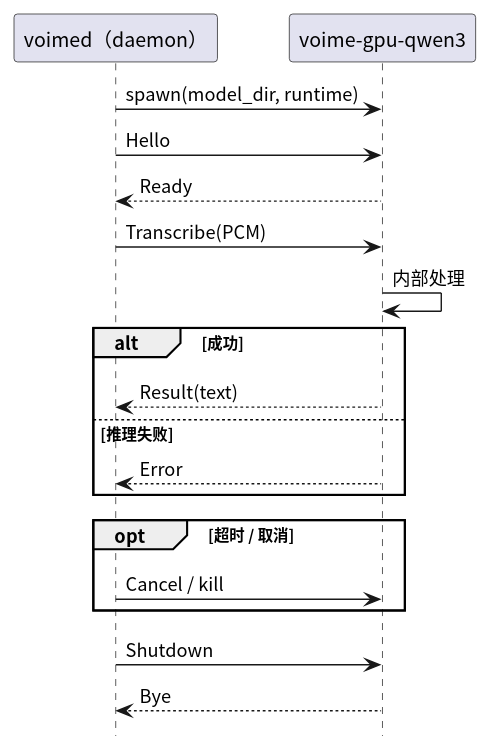
Before: crates/voime-gpu-qwen3/diagram/daemon-worker.svg, a diagram exported from PlantUML (54m43lJ/voime). Source of this version:
```plantuml
@startuml
skinparam defaultFontName "Noto Sans CJK SC"
skinparam shadowing false
hide footbox

participant "voimed（daemon）" as Daemon
participant "voime-gpu-qwen3" as Worker

Daemon -> Worker : spawn(model_dir, runtime)
Daemon -> Worker : Hello
Worker --> Daemon : Ready

Daemon -> Worker : Transcribe(PCM)
Worker -> Worker : 内部处理

alt 成功
  Worker --> Daemon : Result(text)
else 推理失败
  Worker --> Daemon : Error
end

opt 超时 / 取消
  Daemon -> Worker : Cancel / kill
end

Daemon -> Worker : Shutdown
Worker --> Daemon : Bye
@enduml
```
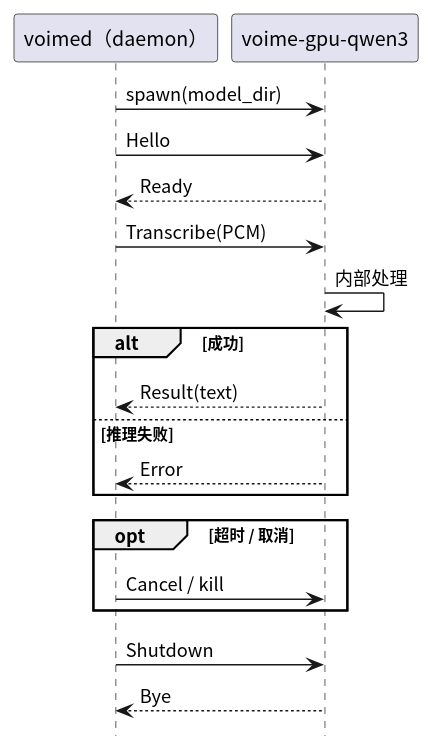
The same diagram one commit later.

Diff of the diagram source:
```diff
@@ -6,7 +6,7 @@
 participant "voimed（daemon）" as Daemon
 participant "voime-gpu-qwen3" as Worker
 
-Daemon -> Worker : spawn(model_dir, runtime)
+Daemon -> Worker : spawn(model_dir)
 Daemon -> Worker : Hello
 Worker --> Daemon : Ready
 
```
